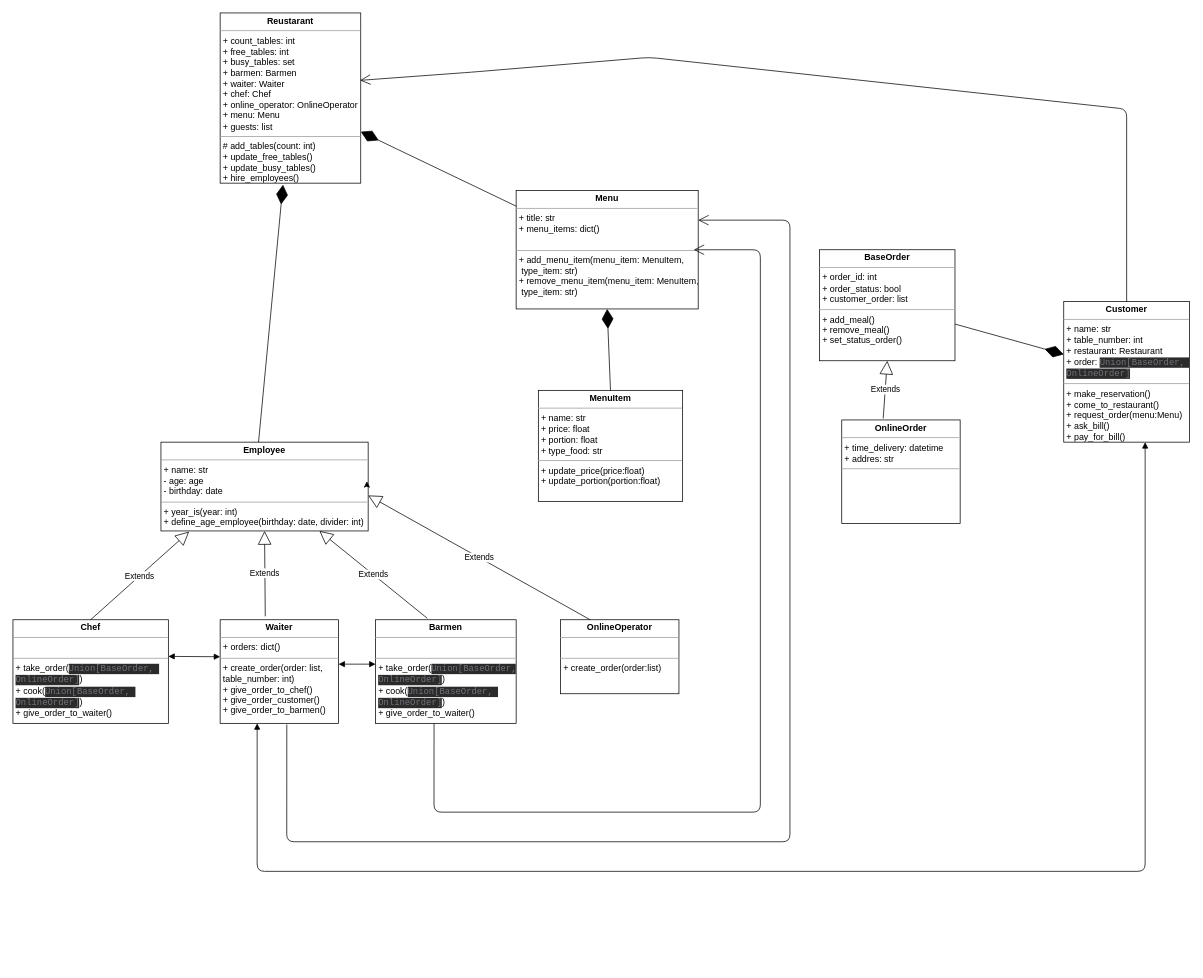
Above: OOP_practice/restaurant.drawio in IlyaTroshchynskyi/python_education_troshchynskyi (draw.io), before the change. Source tidied: cells renumbered, new cells numbered last; positions are measured from the earlier drawing's top-left corner, leaving out a move shared by most shapes. Both pictures are drawn from the tidied source at 74%, with x=0, y=0 at pixel (13, 13).
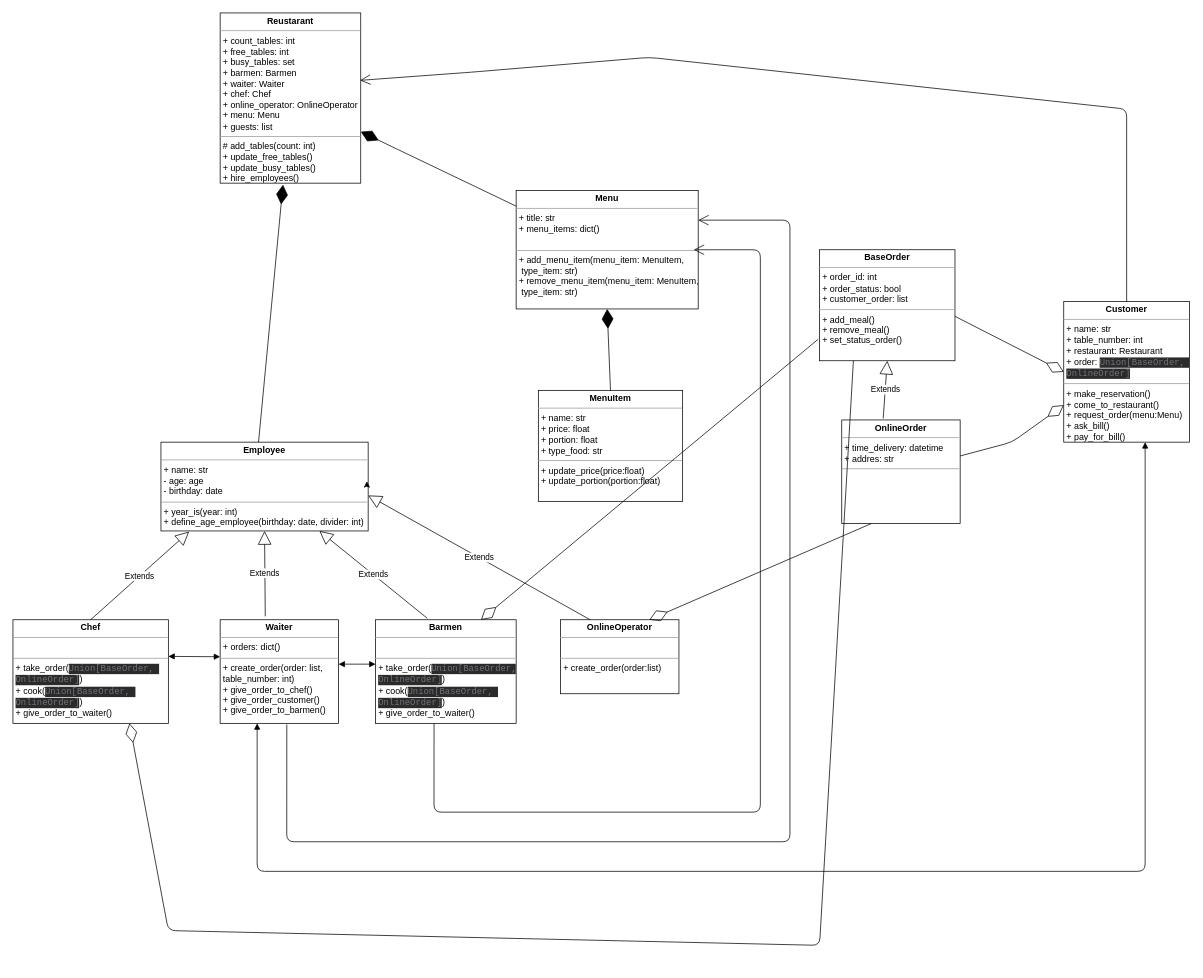
After the change.

Commit message:
added aggregation to diagram

The change refers to these unchanged cells:
```xml
<mxCell id="4" value="&lt;p style=&quot;margin: 0px ; margin-top: 4px ; text-align: center&quot;&gt;&lt;b&gt;Chef&lt;/b&gt;&lt;/p&gt;&lt;hr size=&quot;1&quot;&gt;&lt;p style=&quot;margin: 0px ; margin-left: 4px&quot;&gt;&lt;br&gt;&lt;/p&gt;&lt;hr size=&quot;1&quot;&gt;&lt;p style=&quot;margin: 0px ; margin-left: 4px&quot;&gt;+ take_order(&lt;span style=&quot;color: rgb(114 , 115 , 122) ; background-color: rgb(43 , 43 , 43) ; font-family: &amp;#34;jetbrains mono&amp;#34; , monospace&quot;&gt;Union[BaseOrder,&amp;nbsp;&lt;/span&gt;&lt;/p&gt;&lt;p style=&quot;margin: 0px ; margin-left: 4px&quot;&gt;&lt;span style=&quot;color: rgb(114 , 115 , 122) ; background-color: rgb(43 , 43 , 43) ; font-family: &amp;#34;jetbrains mono&amp;#34; , monospace&quot;&gt;OnlineOrder]&lt;/span&gt;&lt;span&gt;)&lt;/span&gt;&lt;/p&gt;&lt;p style=&quot;margin: 0px ; margin-left: 4px&quot;&gt;+ cook(&lt;span style=&quot;color: rgb(114 , 115 , 122) ; background-color: rgb(43 , 43 , 43) ; font-family: &amp;#34;jetbrains mono&amp;#34; , monospace&quot;&gt;Union[BaseOrder,&amp;nbsp;&lt;/span&gt;&lt;/p&gt;&lt;p style=&quot;margin: 0px ; margin-left: 4px&quot;&gt;&lt;span style=&quot;color: rgb(114 , 115 , 122) ; background-color: rgb(43 , 43 , 43) ; font-family: &amp;#34;jetbrains mono&amp;#34; , monospace&quot;&gt;OnlineOrder]&lt;/span&gt;&lt;span&gt;)&lt;/span&gt;&lt;/p&gt;&lt;p style=&quot;margin: 0px ; margin-left: 4px&quot;&gt;&lt;span&gt;+ give_order_to_waiter()&lt;/span&gt;&lt;/p&gt;" style="verticalAlign=top;align=left;overflow=fill;fontSize=12;fontFamily=Helvetica;html=1;" parent="1" vertex="1">
  <mxGeometry y="820" width="210" height="140" as="geometry" />
</mxCell>
<mxCell id="7" value="&lt;p style=&quot;margin: 0px ; margin-top: 4px ; text-align: center&quot;&gt;&lt;b&gt;Barmen&lt;/b&gt;&lt;/p&gt;&lt;hr size=&quot;1&quot;&gt;&lt;p style=&quot;margin: 0px ; margin-left: 4px&quot;&gt;&lt;br&gt;&lt;/p&gt;&lt;hr size=&quot;1&quot;&gt;&lt;p style=&quot;margin: 0px 0px 0px 4px&quot;&gt;+ take_order(&lt;span style=&quot;color: rgb(114 , 115 , 122) ; background-color: rgb(43 , 43 , 43) ; font-family: &amp;#34;jetbrains mono&amp;#34; , monospace&quot;&gt;Union[BaseOrder,&amp;nbsp;&lt;/span&gt;&lt;/p&gt;&lt;p style=&quot;margin: 0px 0px 0px 4px&quot;&gt;&lt;span style=&quot;color: rgb(114 , 115 , 122) ; background-color: rgb(43 , 43 , 43) ; font-family: &amp;#34;jetbrains mono&amp;#34; , monospace&quot;&gt;OnlineOrder]&lt;/span&gt;)&lt;/p&gt;&lt;p style=&quot;margin: 0px 0px 0px 4px&quot;&gt;+ cook(&lt;span style=&quot;color: rgb(114 , 115 , 122) ; background-color: rgb(43 , 43 , 43) ; font-family: &amp;#34;jetbrains mono&amp;#34; , monospace&quot;&gt;Union[BaseOrder,&amp;nbsp;&lt;/span&gt;&lt;/p&gt;&lt;p style=&quot;margin: 0px 0px 0px 4px&quot;&gt;&lt;span style=&quot;color: rgb(114 , 115 , 122) ; background-color: rgb(43 , 43 , 43) ; font-family: &amp;#34;jetbrains mono&amp;#34; , monospace&quot;&gt;OnlineOrder]&lt;/span&gt;)&lt;/p&gt;&lt;p style=&quot;margin: 0px 0px 0px 4px&quot;&gt;+ give_order_to_waiter()&lt;/p&gt;" style="verticalAlign=top;align=left;overflow=fill;fontSize=12;fontFamily=Helvetica;html=1;" parent="1" vertex="1">
  <mxGeometry x="490" y="820" width="190" height="140" as="geometry" />
</mxCell>
<mxCell id="8" value="&lt;p style=&quot;margin: 0px ; margin-top: 4px ; text-align: center&quot;&gt;&lt;b&gt;BaseOrder&lt;/b&gt;&lt;/p&gt;&lt;hr size=&quot;1&quot;&gt;&lt;p style=&quot;margin: 0px ; margin-left: 4px&quot;&gt;+ order_id: int&lt;/p&gt;&lt;p style=&quot;margin: 0px ; margin-left: 4px&quot;&gt;+ order_status: bool&lt;/p&gt;&lt;p style=&quot;margin: 0px ; margin-left: 4px&quot;&gt;+ customer_order: list&lt;/p&gt;&lt;hr size=&quot;1&quot;&gt;&lt;p style=&quot;margin: 0px ; margin-left: 4px&quot;&gt;+ add_meal()&lt;/p&gt;&lt;p style=&quot;margin: 0px ; margin-left: 4px&quot;&gt;+ remove_meal()&lt;/p&gt;&lt;p style=&quot;margin: 0px ; margin-left: 4px&quot;&gt;+ set_status_order()&lt;/p&gt;&lt;p style=&quot;margin: 0px ; margin-left: 4px&quot;&gt;&lt;br&gt;&lt;/p&gt;" style="verticalAlign=top;align=left;overflow=fill;fontSize=12;fontFamily=Helvetica;html=1;" parent="1" vertex="1">
  <mxGeometry x="1090" y="320" width="183" height="150" as="geometry" />
</mxCell>
<mxCell id="9" value="&lt;p style=&quot;margin: 0px ; margin-top: 4px ; text-align: center&quot;&gt;&lt;b&gt;OnlineOrder&lt;/b&gt;&lt;/p&gt;&lt;hr size=&quot;1&quot;&gt;&lt;p style=&quot;margin: 0px ; margin-left: 4px&quot;&gt;+ time_delivery: datetime&lt;/p&gt;&lt;p style=&quot;margin: 0px ; margin-left: 4px&quot;&gt;+ addres: str&lt;/p&gt;&lt;hr size=&quot;1&quot;&gt;&lt;p style=&quot;margin: 0px ; margin-left: 4px&quot;&gt;&lt;br&gt;&lt;/p&gt;" style="verticalAlign=top;align=left;overflow=fill;fontSize=12;fontFamily=Helvetica;html=1;" parent="1" vertex="1">
  <mxGeometry x="1120" y="550" width="160" height="140" as="geometry" />
</mxCell>
<mxCell id="10" value="&lt;p style=&quot;margin: 0px ; margin-top: 4px ; text-align: center&quot;&gt;&lt;b&gt;OnlineOperator&lt;/b&gt;&lt;/p&gt;&lt;hr size=&quot;1&quot;&gt;&lt;p style=&quot;margin: 0px ; margin-left: 4px&quot;&gt;&lt;br&gt;&lt;/p&gt;&lt;hr size=&quot;1&quot;&gt;&lt;p style=&quot;margin: 0px ; margin-left: 4px&quot;&gt;+ create_order(order:list)&lt;/p&gt;" style="verticalAlign=top;align=left;overflow=fill;fontSize=12;fontFamily=Helvetica;html=1;" parent="1" vertex="1">
  <mxGeometry x="740" y="820" width="160" height="100" as="geometry" />
</mxCell>
<mxCell id="13" value="&lt;p style=&quot;margin: 0px ; margin-top: 4px ; text-align: center&quot;&gt;&lt;b&gt;Customer&lt;/b&gt;&lt;/p&gt;&lt;hr size=&quot;1&quot;&gt;&lt;p style=&quot;margin: 0px ; margin-left: 4px&quot;&gt;+ name: str&lt;/p&gt;&lt;p style=&quot;margin: 0px ; margin-left: 4px&quot;&gt;+ table_number: int&lt;/p&gt;&lt;p style=&quot;margin: 0px ; margin-left: 4px&quot;&gt;+ restaurant: Restaurant&lt;/p&gt;&lt;p style=&quot;margin: 0px ; margin-left: 4px&quot;&gt;+ order:&amp;nbsp;&lt;span style=&quot;background-color: rgb(43 , 43 , 43) ; color: rgb(114 , 115 , 122) ; font-family: &amp;#34;jetbrains mono&amp;#34; , monospace&quot;&gt;Union[BaseOrder,&amp;nbsp;&lt;/span&gt;&lt;/p&gt;&lt;p style=&quot;margin: 0px 0px 0px 4px&quot;&gt;&lt;span style=&quot;color: rgb(114 , 115 , 122) ; background-color: rgb(43 , 43 , 43) ; font-family: &amp;#34;jetbrains mono&amp;#34; , monospace&quot;&gt;OnlineOrder]&lt;/span&gt;&lt;/p&gt;&lt;hr size=&quot;1&quot;&gt;&lt;p style=&quot;margin: 0px ; margin-left: 4px&quot;&gt;+ make_reservation()&lt;/p&gt;&lt;p style=&quot;margin: 0px ; margin-left: 4px&quot;&gt;+ come_to_restaurant()&lt;/p&gt;&lt;p style=&quot;margin: 0px ; margin-left: 4px&quot;&gt;+ request_order(menu:Menu)&lt;/p&gt;&lt;p style=&quot;margin: 0px ; margin-left: 4px&quot;&gt;+ ask_bill()&lt;/p&gt;&lt;p style=&quot;margin: 0px ; margin-left: 4px&quot;&gt;+ pay_for_bill()&lt;/p&gt;" style="verticalAlign=top;align=left;overflow=fill;fontSize=12;fontFamily=Helvetica;html=1;" parent="1" vertex="1">
  <mxGeometry x="1420" y="390" width="170" height="190" as="geometry" />
</mxCell>
```

What changed in the source:
```diff
@@
-    <mxCell id="21" style="endArrow=diamondThin;endFill=1;endSize=24;html=1;" parent="1" edge="1" source="8" target="13">
-      <mxGeometry relative="1" as="geometry" />
-    </mxCell>
@@
+    <mxCell id="29" style="endArrow=diamondThin;endFill=0;endSize=24;html=1;entryX=0;entryY=0.5;entryDx=0;entryDy=0;" parent="1" edge="1" target="13">
+      <mxGeometry relative="1" as="geometry">
+        <mxPoint x="1273" y="410" as="sourcePoint" />
+      </mxGeometry>
+    </mxCell>
+    <mxCell id="30" style="endArrow=diamondThin;endFill=0;endSize=24;html=1;" parent="1" edge="1" source="9">
+      <mxGeometry relative="1" as="geometry">
+        <mxPoint x="1420" y="530" as="targetPoint" />
+        <Array as="points">
+          <mxPoint x="1350" y="580" />
+        </Array>
+      </mxGeometry>
+    </mxCell>
+    <mxCell id="31" style="endArrow=diamondThin;endFill=0;endSize=24;html=1;exitX=-0.011;exitY=0.807;exitDx=0;exitDy=0;exitPerimeter=0;entryX=0.75;entryY=0;entryDx=0;entryDy=0;" parent="1" edge="1" source="8" target="7">
+      <mxGeometry relative="1" as="geometry" />
+    </mxCell>
+    <mxCell id="32" style="endArrow=diamondThin;endFill=0;endSize=24;html=1;entryX=0.75;entryY=0;entryDx=0;entryDy=0;exitX=0.25;exitY=1;exitDx=0;exitDy=0;" parent="1" edge="1" source="9" target="10">
+      <mxGeometry relative="1" as="geometry" />
+    </mxCell>
+    <mxCell id="33" style="endArrow=diamondThin;endFill=0;endSize=24;html=1;exitX=0.25;exitY=1;exitDx=0;exitDy=0;entryX=0.75;entryY=1;entryDx=0;entryDy=0;" parent="1" edge="1" source="8" target="4">
+      <mxGeometry relative="1" as="geometry">
+        <Array as="points">
+          <mxPoint x="1090" y="1260" />
+          <mxPoint x="210" y="1240" />
+        </Array>
+      </mxGeometry>
+    </mxCell>
```
